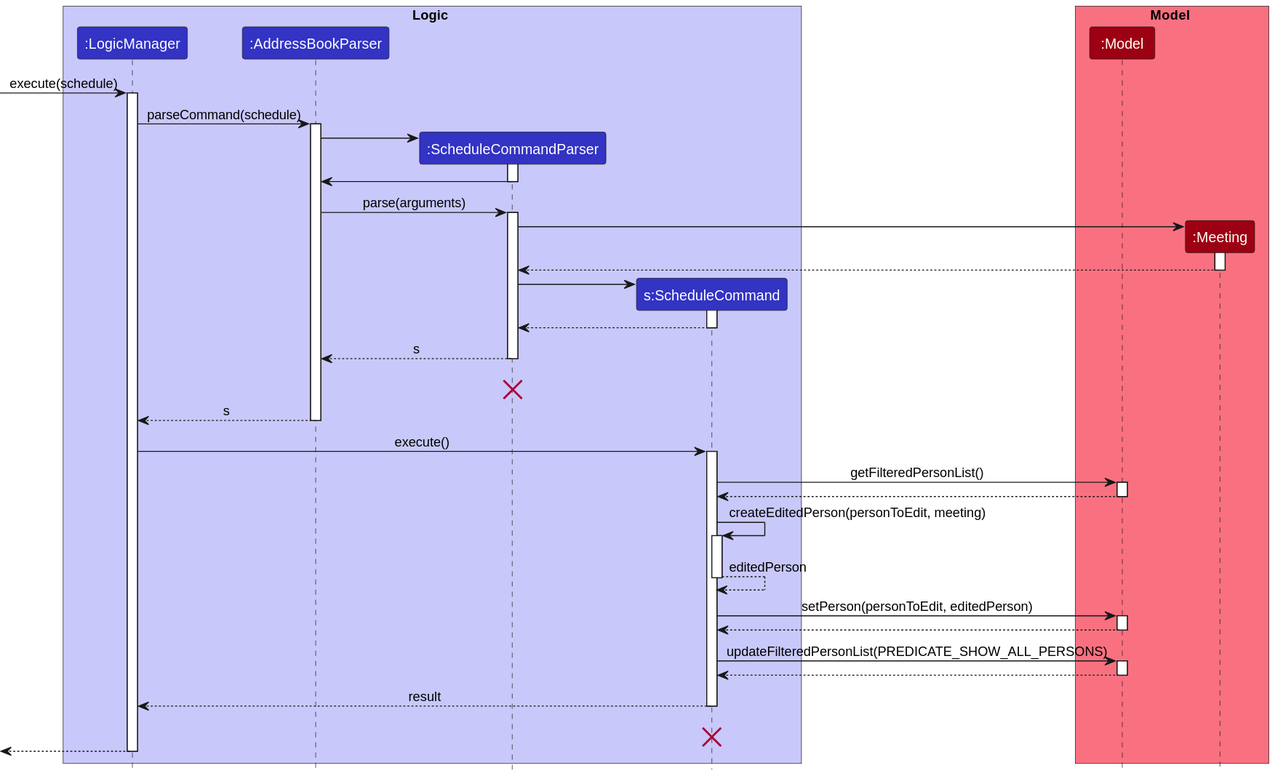
Above: docs/images/ScheduleMeetingSequenceDiagram.svg in AY2324S2-CS2103-F15-1/tp (PlantUML), before the change. The source it was exported from:
```plantuml
@startuml
!include style.puml
skinparam ArrowFontStyle plain

box Logic LOGIC_COLOR_T1
participant ":LogicManager" as LogicManager LOGIC_COLOR
participant ":AddressBookParser" as AddressBookParser LOGIC_COLOR
participant ":ScheduleCommandParser" as ScheduleCommandParser LOGIC_COLOR
participant "s:ScheduleCommand" as ScheduleCommand LOGIC_COLOR
end box

box Model MODEL_COLOR_T1
participant ":Model" as Model MODEL_COLOR
participant ":Meeting" as Meeting MODEL_COLOR
end box
[-> LogicManager : execute(schedule)
activate LogicManager

LogicManager -> AddressBookParser : parseCommand(schedule)
activate AddressBookParser

create ScheduleCommandParser
AddressBookParser -> ScheduleCommandParser
activate ScheduleCommandParser

ScheduleCommandParser -> AddressBookParser
deactivate ScheduleCommandParser

AddressBookParser -> ScheduleCommandParser : parse(arguments)
activate ScheduleCommandParser

create Meeting
ScheduleCommandParser -> Meeting
activate Meeting

Meeting --> ScheduleCommandParser
deactivate Meeting

create ScheduleCommand
ScheduleCommandParser -> ScheduleCommand
activate ScheduleCommand

ScheduleCommand --> ScheduleCommandParser
deactivate ScheduleCommand

ScheduleCommandParser --> AddressBookParser : s
deactivate ScheduleCommandParser
ScheduleCommandParser -[hidden]-> AddressBookParser : s
destroy ScheduleCommandParser

AddressBookParser --> LogicManager : s
deactivate AddressBookParser

LogicManager -> ScheduleCommand : execute()
activate ScheduleCommand

ScheduleCommand -> Model : getFilteredPersonList()
activate Model

Model --> ScheduleCommand
deactivate Model

ScheduleCommand -> ScheduleCommand : createEditedPerson(personToEdit, meeting)
activate ScheduleCommand

ScheduleCommand --> ScheduleCommand : editedPerson
deactivate ScheduleCommand

ScheduleCommand -> Model : setPerson(personToEdit, editedPerson)
activate Model

Model --> ScheduleCommand
deactivate Model

ScheduleCommand -> Model : updateFilteredPersonList(PREDICATE_SHOW_ALL_PERSONS)
activate Model

Model --> ScheduleCommand
deactivate Model

ScheduleCommand --> LogicManager : result
deactivate ScheduleCommand
ScheduleCommand -[hidden]-> LogicManager : result
destroy ScheduleCommand

[<--LogicManager
deactivate LogicManager
@enduml
```
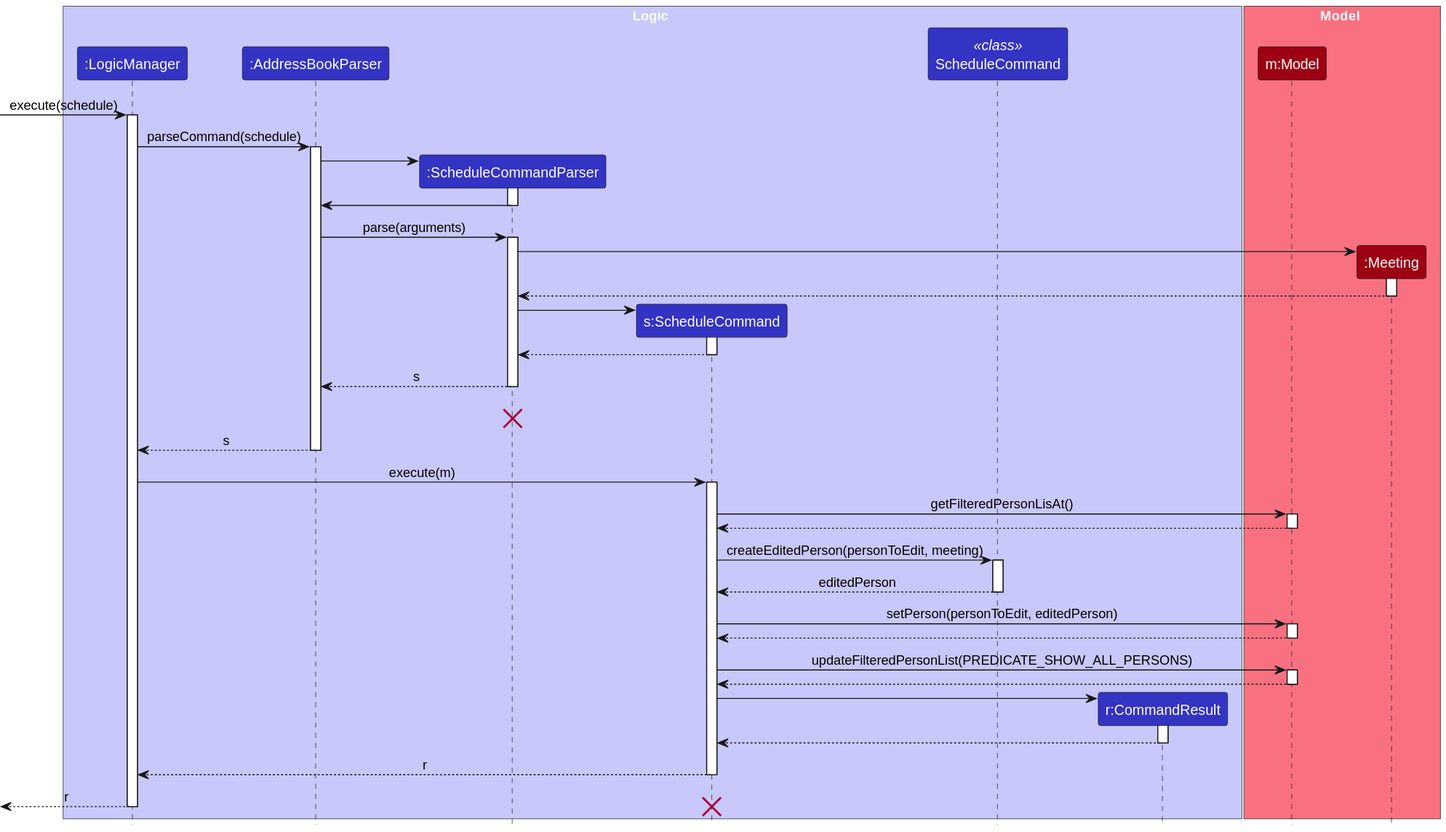
The same file after the commit.

Diff of the diagram source:
```diff
@@ -7,12 +7,15 @@
 participant ":AddressBookParser" as AddressBookParser LOGIC_COLOR
 participant ":ScheduleCommandParser" as ScheduleCommandParser LOGIC_COLOR
 participant "s:ScheduleCommand" as ScheduleCommand LOGIC_COLOR
+participant "ScheduleCommand" as ScheduleCommandStatic <<class>> LOGIC_COLOR
+participant "r:CommandResult" as CommandResult LOGIC_COLOR
 end box
 
 box Model MODEL_COLOR_T1
-participant ":Model" as Model MODEL_COLOR
+participant "m:Model" as Model MODEL_COLOR
 participant ":Meeting" as Meeting MODEL_COLOR
 end box
+
 [-> LogicManager : execute(schedule)
 activate LogicManager
 
@@ -51,20 +54,20 @@
 AddressBookParser --> LogicManager : s
 deactivate AddressBookParser
 
-LogicManager -> ScheduleCommand : execute()
+LogicManager -> ScheduleCommand : execute(m)
 activate ScheduleCommand
 
-ScheduleCommand -> Model : getFilteredPersonList()
+ScheduleCommand -> Model : getFilteredPersonLisAt()
 activate Model
 
 Model --> ScheduleCommand
 deactivate Model
 
-ScheduleCommand -> ScheduleCommand : createEditedPerson(personToEdit, meeting)
-activate ScheduleCommand
+ScheduleCommand -> ScheduleCommandStatic : createEditedPerson(personToEdit, meeting)
+activate ScheduleCommandStatic
 
-ScheduleCommand --> ScheduleCommand : editedPerson
-deactivate ScheduleCommand
+ScheduleCommandStatic --> ScheduleCommand : editedPerson
+deactivate ScheduleCommandStatic
 
 ScheduleCommand -> Model : setPerson(personToEdit, editedPerson)
 activate Model
@@ -78,11 +81,17 @@
 Model --> ScheduleCommand
 deactivate Model
 
-ScheduleCommand --> LogicManager : result
+create CommandResult
+ScheduleCommand -> CommandResult
+activate CommandResult
+
+CommandResult --> ScheduleCommand
+deactivate CommandResult
+
+ScheduleCommand --> LogicManager : r
 deactivate ScheduleCommand
-ScheduleCommand -[hidden]-> LogicManager : result
+
+[<--LogicManager : r
+deactivate LogicManager
 destroy ScheduleCommand
-
-[<--LogicManager
-deactivate LogicManager
 @enduml
```
